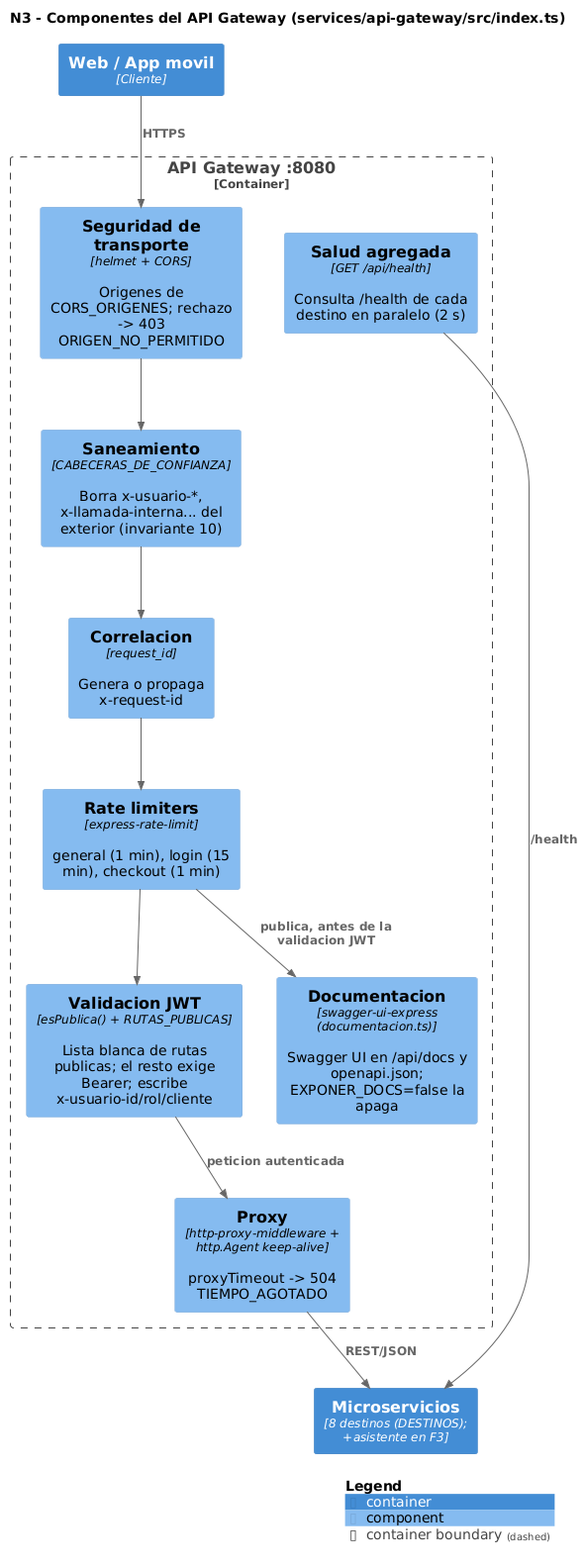
The PlantUML diagram docs/c4/png/03-componentes-gateway.png in SerBy48/Proyecto-EIS-II, before a commit.
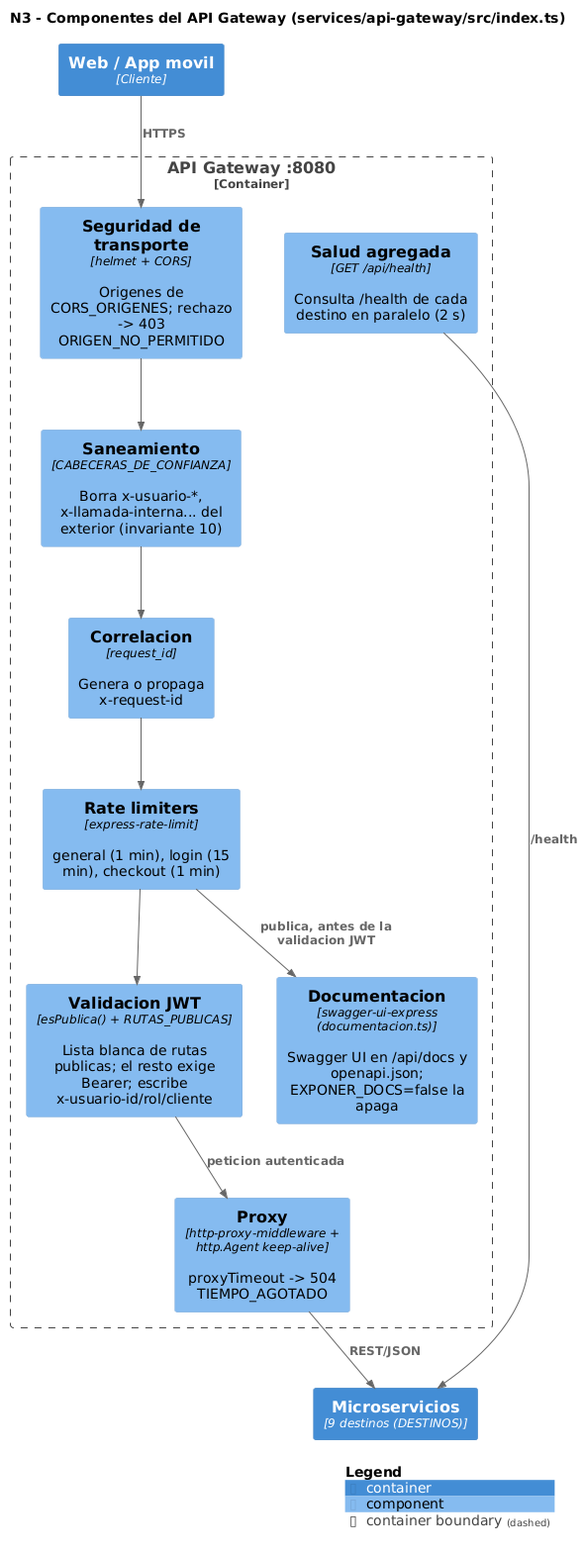
After the commit.

The edit, as a diff of the source:
```diff
@@ -4,7 +4,7 @@
 title N3 - Componentes del API Gateway (services/api-gateway/src/index.ts)
 
 Container(web, "Web / App movil", "Cliente")
-Container(servicios, "Microservicios", "8 destinos (DESTINOS); +asistente en F3")
+Container(servicios, "Microservicios", "9 destinos (DESTINOS)")
 
 Container_Boundary(gw, "API Gateway :8080") {
   Component(seg, "Seguridad de transporte", "helmet + CORS", "Origenes de CORS_ORIGENES; rechazo -> 403 ORIGEN_NO_PERMITIDO")
```
